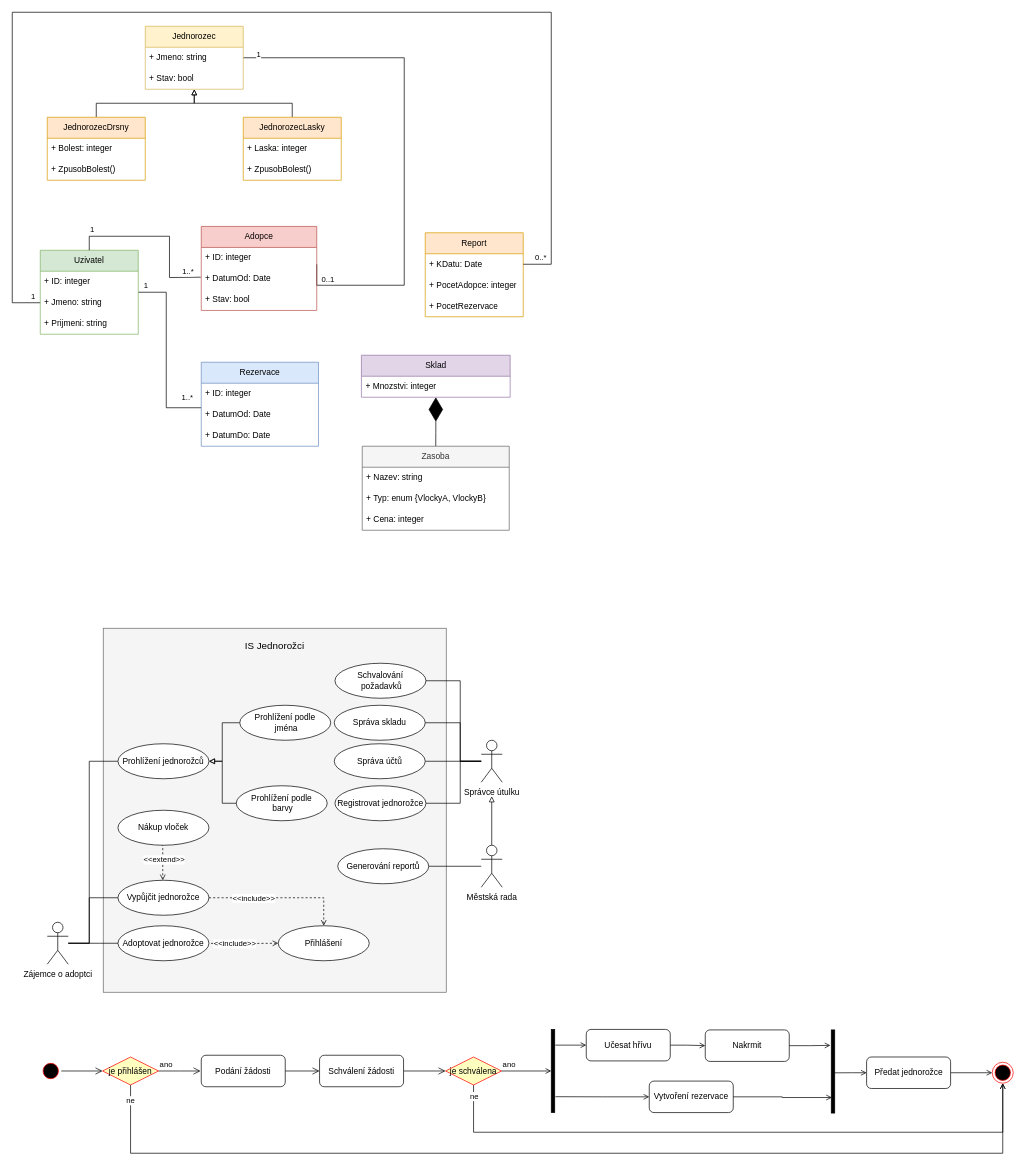
This is use_case_activity_class.drawio from Marty808s/Vlnas_SZZ_VB, a draw.io file, before an edit. Source tidied: cells renumbered, new cells numbered last; positions are measured from the earlier drawing's top-left corner, leaving out a move shared by most shapes. Both pictures are drawn from the tidied source at 70%, with x=0, y=0 at pixel (12, 12).
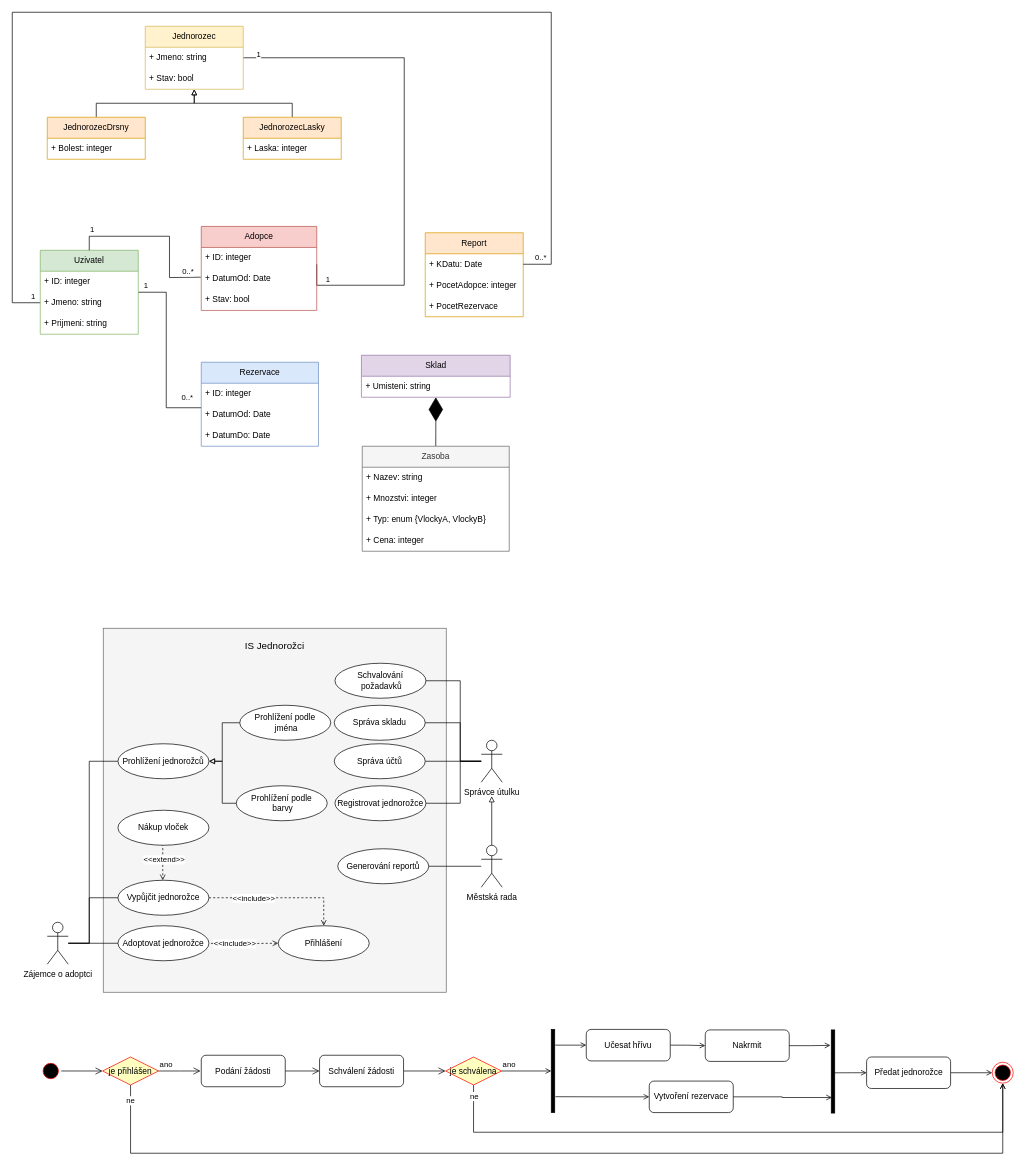
The same page after the edit.

The change refers to these unchanged cells:
```xml
<mxCell id="24" style="edgeStyle=orthogonalEdgeStyle;rounded=0;jettySize=auto;html=1;entryX=1;entryY=0.5;entryDx=0;entryDy=0;endArrow=none;endFill=0;" parent="1" edge="1" source="27">
  <mxGeometry relative="1" as="geometry">
    <mxPoint x="435" y="360" as="targetPoint" />
    <Array as="points">
      <mxPoint x="560" y="65" />
      <mxPoint x="560" y="390" />
    </Array>
  </mxGeometry>
</mxCell>
<mxCell id="38" style="edgeStyle=orthogonalEdgeStyle;rounded=0;jettySize=auto;html=1;entryX=0;entryY=0.5;entryDx=0;entryDy=0;endArrow=none;endFill=0;" parent="1" edge="1" source="44">
  <mxGeometry relative="1" as="geometry">
    <mxPoint x="270" y="565" as="targetPoint" />
    <Array as="points">
      <mxPoint x="220" y="400" />
      <mxPoint x="220" y="565" />
    </Array>
  </mxGeometry>
</mxCell>
<mxCell id="53" value="Sklad" style="swimlane;fontStyle=0;horizontal=1;startSize=30;whiteSpace=wrap;html=1;fillColor=#e1d5e7;strokeColor=#9673a6;" parent="1" vertex="1">
  <mxGeometry x="498.8" y="490" width="212.5" height="60" as="geometry" />
</mxCell>
<mxCell id="79" style="edgeStyle=orthogonalEdgeStyle;rounded=0;jettySize=auto;html=1;entryX=-0.005;entryY=1.115;entryDx=0;entryDy=0;entryPerimeter=0;endArrow=none;endFill=0;exitX=0.5;exitY=0;exitDx=0;exitDy=0;" parent="1" edge="1" source="44">
  <mxGeometry relative="1" as="geometry">
    <mxPoint x="269.2" y="378.5" as="targetPoint" />
  </mxGeometry>
</mxCell>
```

Change to the diagram source:
```diff
@@
-    <mxCell id="26" value="0..1" style="edgeLabel;html=1;align=center;verticalAlign=middle;" parent="24" vertex="1">
+    <mxCell id="26" value="1" style="edgeLabel;html=1;align=center;verticalAlign=middle;" parent="24" vertex="1">
       <mxGeometry x="0.94" y="3" relative="1" as="geometry">
         <mxPoint x="18" as="offset" />
       </mxGeometry>
     </mxCell>
@@
-    <mxCell id="40" value="1..*" style="edgeLabel;html=1;align=center;verticalAlign=middle;" parent="38" vertex="1">
+    <mxCell id="40" value="0..*" style="edgeLabel;html=1;align=center;verticalAlign=middle;" parent="38" vertex="1">
       <mxGeometry x="0.83" y="1" relative="1" as="geometry">
         <mxPoint x="1" y="-14" as="offset" />
       </mxGeometry>
     </mxCell>
@@
-    <mxCell id="54" value="+ Mnozstvi: integer" style="text;strokeColor=none;fillColor=none;align=left;verticalAlign=middle;spacingLeft=4;spacingRight=4;overflow=hidden;whiteSpace=wrap;html=1;" parent="53" vertex="1">
+    <mxCell id="54" value="+ Umisteni: string" style="text;strokeColor=none;fillColor=none;align=left;verticalAlign=middle;spacingLeft=4;spacingRight=4;overflow=hidden;whiteSpace=wrap;html=1;" parent="53" vertex="1">
       <mxGeometry y="30" width="212.5" height="30" as="geometry" />
     </mxCell>
     <mxCell id="55" value="Zasoba" style="swimlane;fontStyle=0;horizontal=1;startSize=30;whiteSpace=wrap;html=1;fillColor=#f5f5f5;strokeColor=#666666;fontColor=#333333;" parent="1" vertex="1">
-      <mxGeometry x="500" y="620" width="210" height="120" as="geometry" />
+      <mxGeometry x="500" y="620" width="210" height="150" as="geometry" />
     </mxCell>
@@
+    <mxCell id="111" value="+ Mnozstvi: integer" style="text;strokeColor=none;fillColor=none;align=left;verticalAlign=middle;spacingLeft=4;spacingRight=4;overflow=hidden;whiteSpace=wrap;html=1;" parent="55" vertex="1">
+      <mxGeometry y="60" width="210" height="30" as="geometry" />
+    </mxCell>
     <mxCell id="57" value="+ Typ: enum {VlockyA, VlockyB}&amp;nbsp;" style="text;strokeColor=none;fillColor=none;align=left;verticalAlign=middle;spacingLeft=4;spacingRight=4;overflow=hidden;whiteSpace=wrap;html=1;" parent="55" vertex="1">
-      <mxGeometry y="60" width="210" height="30" as="geometry" />
+      <mxGeometry y="90" width="210" height="30" as="geometry" />
     </mxCell>
     <mxCell id="58" value="+ Cena: integer&amp;nbsp;" style="text;strokeColor=none;fillColor=none;align=left;verticalAlign=middle;spacingLeft=4;spacingRight=4;overflow=hidden;whiteSpace=wrap;html=1;" parent="55" vertex="1">
-      <mxGeometry y="90" width="210" height="30" as="geometry" />
+      <mxGeometry y="120" width="210" height="30" as="geometry" />
     </mxCell>
@@
     <mxCell id="73" value="JednorozecDrsny" style="swimlane;fontStyle=0;horizontal=1;startSize=30;whiteSpace=wrap;html=1;fillColor=#ffe6cc;strokeColor=#d79b00;" parent="1" vertex="1">
-      <mxGeometry x="50" y="150" width="140" height="90" as="geometry" />
+      <mxGeometry x="50" y="150" width="140" height="60" as="geometry" />
     </mxCell>
@@
-    <mxCell id="75" value="+ ZpusobBolest()" style="text;strokeColor=none;fillColor=none;align=left;verticalAlign=middle;spacingLeft=4;spacingRight=4;overflow=hidden;whiteSpace=wrap;html=1;" parent="73" vertex="1">
-      <mxGeometry y="60" width="140" height="30" as="geometry" />
-    </mxCell>
     <mxCell id="76" value="JednorozecLasky" style="swimlane;fontStyle=0;horizontal=1;startSize=30;whiteSpace=wrap;html=1;fillColor=#ffe6cc;strokeColor=#d79b00;" parent="1" vertex="1">
-      <mxGeometry x="330" y="150" width="140" height="90" as="geometry" />
+      <mxGeometry x="330" y="150" width="140" height="60" as="geometry" />
     </mxCell>
@@
-    <mxCell id="78" value="+ ZpusobBolest()" style="text;strokeColor=none;fillColor=none;align=left;verticalAlign=middle;spacingLeft=4;spacingRight=4;overflow=hidden;whiteSpace=wrap;html=1;" parent="76" vertex="1">
-      <mxGeometry y="60" width="140" height="30" as="geometry" />
-    </mxCell>
@@
-    <mxCell id="81" value="1..*" style="edgeLabel;html=1;align=center;verticalAlign=middle;" parent="79" vertex="1">
+    <mxCell id="81" value="0..*" style="edgeLabel;html=1;align=center;verticalAlign=middle;" parent="79" vertex="1">
       <mxGeometry x="0.85" y="3" relative="1" as="geometry">
         <mxPoint y="-5" as="offset" />
       </mxGeometry>
     </mxCell>
```
